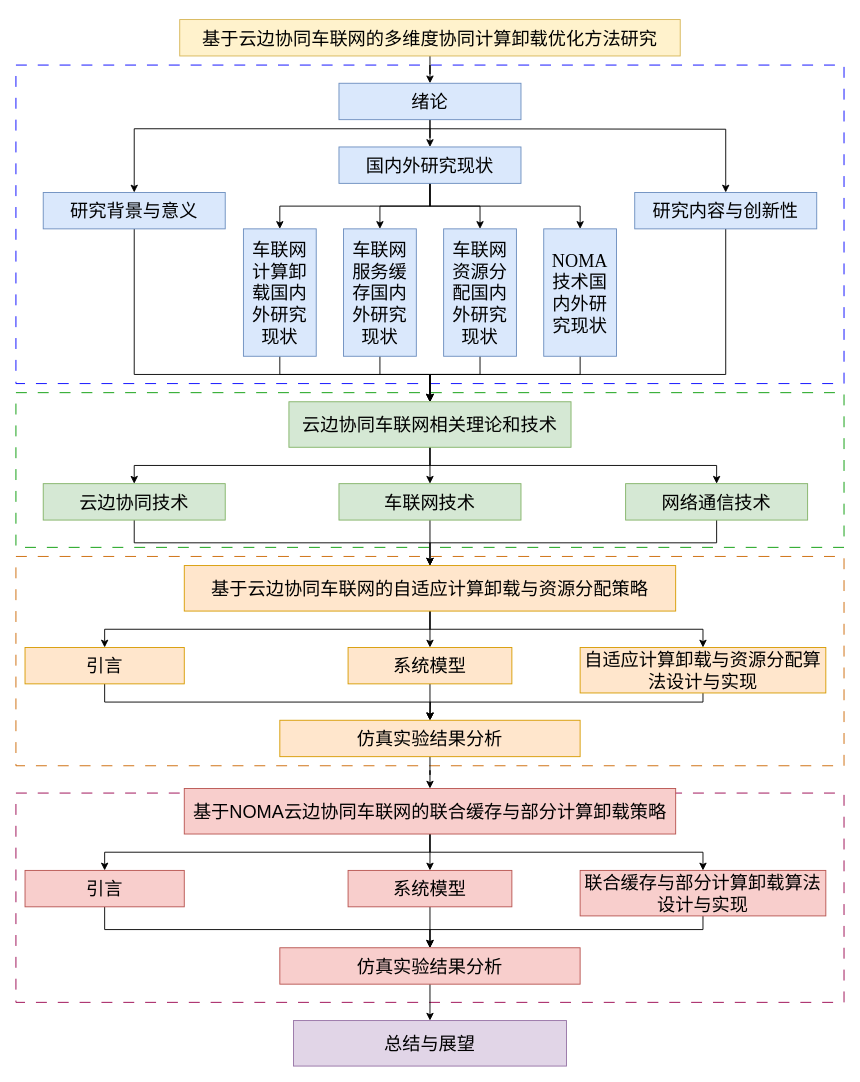
The draw.io diagram 论文结构.drawio in xiaotudoudoudoud/pipilu, before the edit. Source tidied: cells renumbered, new cells numbered last; positions are measured from the earlier drawing's top-left corner, leaving out a move shared by most shapes. Both pictures are drawn from the tidied source at 91%, with x=0, y=0 at pixel (15, 19).
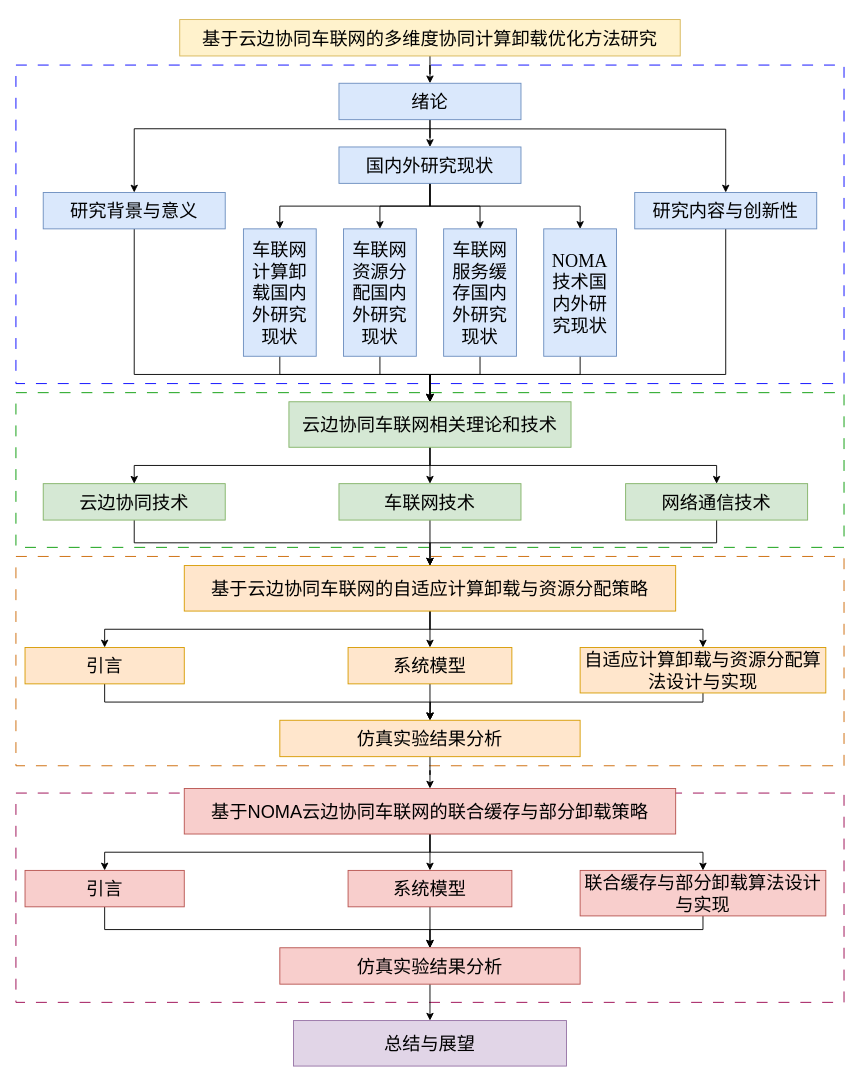
After the change.

Commit message:
更新论文结构.drawio

The edit, as a diff of the source:
```diff
@@
-    <mxCell id="24" value="&lt;p class=&quot;MsoNormal&quot;&gt;&lt;span style=&quot;mso-spacerun:'yes';font-family:宋体;mso-ascii-font-family:'Times New Roman';&lt;br/&gt;mso-hansi-font-family:'Times New Roman';mso-bidi-font-family:'Times New Roman';&quot;&gt;&lt;font style=&quot;font-size: 20px;&quot;&gt;车联网服务缓存国内外研究现状&lt;/font&gt;&lt;/span&gt;&lt;/p&gt;" style="rounded=0;whiteSpace=wrap;html=1;fillColor=#dae8fc;strokeColor=#6c8ebf;" parent="1" vertex="1">
+    <mxCell id="24" value="&lt;p class=&quot;MsoNormal&quot;&gt;&lt;span style=&quot;mso-spacerun:'yes';font-family:宋体;mso-ascii-font-family:'Times New Roman';&lt;br/&gt;mso-hansi-font-family:'Times New Roman';mso-bidi-font-family:'Times New Roman';&quot;&gt;&lt;font style=&quot;font-size: 20px;&quot;&gt;车联网资源分配国内外研究现状&lt;/font&gt;&lt;/span&gt;&lt;/p&gt;" style="rounded=0;whiteSpace=wrap;html=1;fillColor=#dae8fc;strokeColor=#6c8ebf;" parent="1" vertex="1">
       <mxGeometry x="360" y="230" width="80" height="140" as="geometry" />
     </mxCell>
@@
-    <mxCell id="28" value="&lt;p class=&quot;MsoNormal&quot;&gt;&lt;span style=&quot;font-family: 宋体; font-size: 20px;&quot;&gt;车联网资源分配国内外研究现状&lt;/span&gt;&lt;/p&gt;" style="rounded=0;whiteSpace=wrap;html=1;fillColor=#dae8fc;strokeColor=#6c8ebf;" parent="1" vertex="1">
+    <mxCell id="28" value="&lt;p class=&quot;MsoNormal&quot;&gt;&lt;span style=&quot;font-family: 宋体; font-size: 20px;&quot;&gt;车联网服务缓存国内外研究现状&lt;/span&gt;&lt;br&gt;&lt;/p&gt;" style="rounded=0;whiteSpace=wrap;html=1;fillColor=#dae8fc;strokeColor=#6c8ebf;" parent="1" vertex="1">
       <mxGeometry x="470" y="230" width="80" height="140" as="geometry" />
     </mxCell>
@@
-    <mxCell id="57" value="&lt;p class=&quot;MsoNormal&quot;&gt;&lt;span style=&quot;font-size: 20px; text-indent: 28px; font-family: 宋体;&quot;&gt;基于&lt;/span&gt;&lt;span style=&quot;font-size: 20px; text-indent: 28px;&quot; lang=&quot;EN-US&quot;&gt;NOMA&lt;/span&gt;&lt;span style=&quot;font-size: 20px; text-indent: 28px; font-family: 宋体;&quot;&gt;云边协同车联网的联合缓存与部分计算卸载策略&lt;/span&gt;&lt;/p&gt;" style="rounded=0;whiteSpace=wrap;html=1;fillColor=#f8cecc;strokeColor=#b85450;" parent="1" vertex="1">
+    <mxCell id="57" value="&lt;p class=&quot;MsoNormal&quot;&gt;&lt;span style=&quot;font-size: 20px; text-indent: 28px; font-family: 宋体;&quot;&gt;基于&lt;/span&gt;&lt;span style=&quot;font-size: 20px; text-indent: 28px;&quot; lang=&quot;EN-US&quot;&gt;NOMA&lt;/span&gt;&lt;span style=&quot;font-size: 20px; text-indent: 28px; font-family: 宋体;&quot;&gt;云边协同车联网的联合缓存与部分卸载策略&lt;/span&gt;&lt;/p&gt;" style="rounded=0;whiteSpace=wrap;html=1;fillColor=#f8cecc;strokeColor=#b85450;" parent="1" vertex="1">
       <mxGeometry x="185" y="845" width="540" height="50" as="geometry" />
     </mxCell>
@@
-    <mxCell id="63" value="&lt;p class=&quot;MsoNormal&quot;&gt;&lt;span style=&quot;color: light-dark(rgb(0, 0, 0), rgb(255, 255, 255)); font-size: 20px; background-color: transparent; text-indent: 21pt; font-family: 宋体;&quot;&gt;联合缓存与部分计算卸载&lt;/span&gt;&lt;span style=&quot;color: light-dark(rgb(0, 0, 0), rgb(255, 255, 255)); font-size: 20px; background-color: transparent; text-indent: 21pt; font-family: 宋体;&quot;&gt;算法设计与实现&lt;/span&gt;&lt;/p&gt;" style="rounded=0;whiteSpace=wrap;html=1;fillColor=#f8cecc;strokeColor=#b85450;" parent="1" vertex="1">
+    <mxCell id="63" value="&lt;p class=&quot;MsoNormal&quot;&gt;&lt;span style=&quot;color: light-dark(rgb(0, 0, 0), rgb(255, 255, 255)); font-size: 20px; background-color: transparent; text-indent: 21pt; font-family: 宋体;&quot;&gt;联合缓存与部分卸载&lt;/span&gt;&lt;span style=&quot;color: light-dark(rgb(0, 0, 0), rgb(255, 255, 255)); font-size: 20px; background-color: transparent; text-indent: 21pt; font-family: 宋体;&quot;&gt;算法设计与实现&lt;/span&gt;&lt;/p&gt;" style="rounded=0;whiteSpace=wrap;html=1;fillColor=#f8cecc;strokeColor=#b85450;" parent="1" vertex="1">
       <mxGeometry x="620" y="935" width="270" height="50" as="geometry" />
     </mxCell>
```
